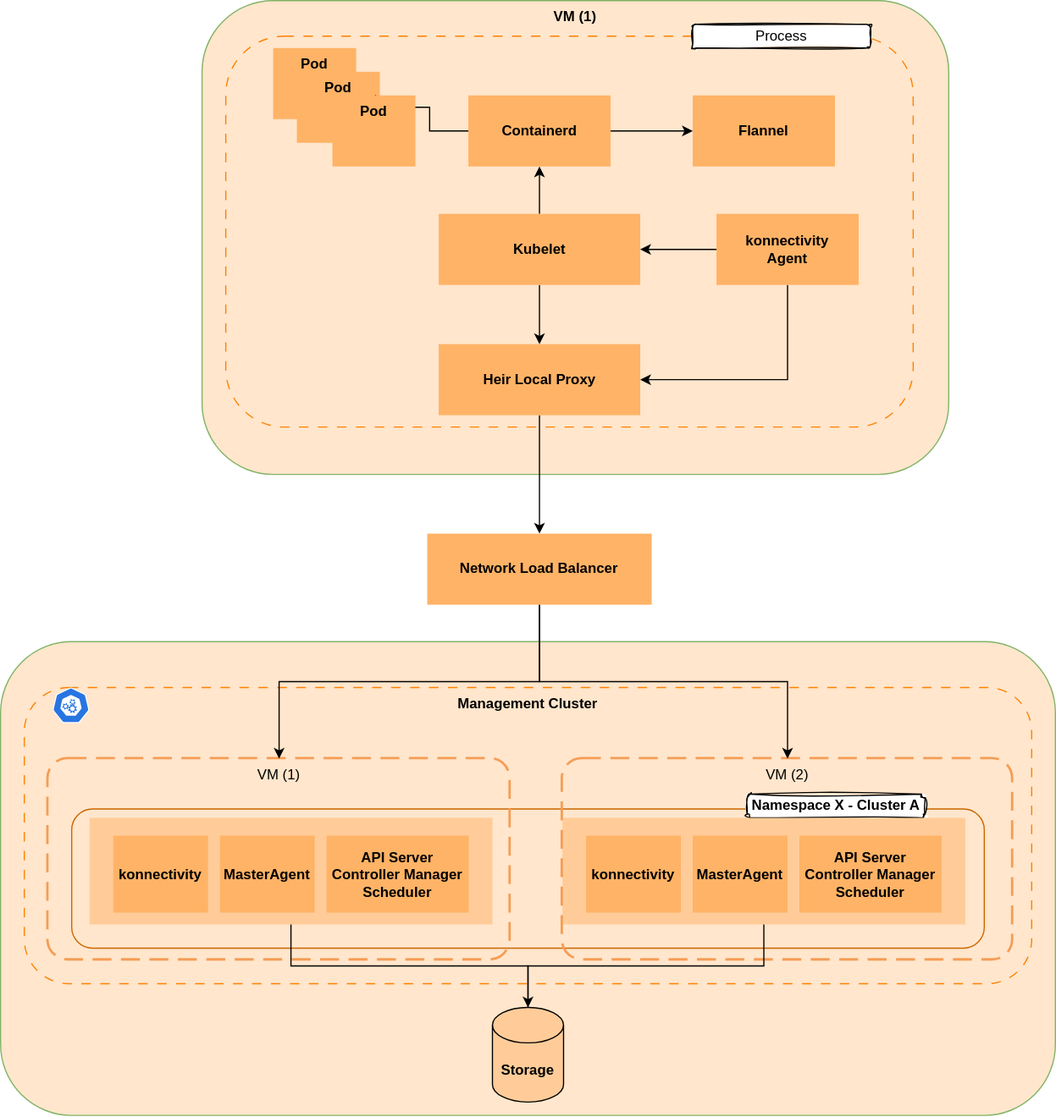
Before: static/img/cluster-architecture.svg, a diagram exported from draw.io (tardigradeproj/docs). Source tidied: cells renumbered, new cells last; positions are measured from the earlier drawing's top-left corner, leaving out a move shared by most shapes. Its diagram source:
```xml
<mxGraphModel>
  <root>
    <mxCell id="0" />
    <mxCell id="1" parent="0" />
    <mxCell id="2" style="rounded=1;whiteSpace=wrap;verticalAlign=top;html=1;labelBorderColor=none;glass=0;fillColor=#FFE6CC;strokeColor=#82b366;" parent="1" vertex="1">
      <mxGeometry y="541.2" width="890" height="400" as="geometry" />
    </mxCell>
    <mxCell id="3" value="&lt;b&gt;Management Cluster&lt;/b&gt;" style="rounded=1;whiteSpace=wrap;verticalAlign=top;html=1;labelBorderColor=none;glass=0;dashed=1;dashPattern=8 8;fillColor=#FFE6CC;strokeColor=#FF8000;" parent="1" vertex="1">
      <mxGeometry x="20" y="580" width="850" height="250" as="geometry" />
    </mxCell>
    <mxCell id="4" value="&lt;b&gt;Storage&lt;/b&gt;" style="shape=cylinder3;whiteSpace=wrap;html=1;boundedLbl=1;backgroundOutline=1;size=15;fillColor=#FFCC99;" parent="1" vertex="1">
      <mxGeometry x="415" y="850" width="60" height="80" as="geometry" />
    </mxCell>
    <mxCell id="5" style="rounded=1;whiteSpace=wrap;html=1;glass=0;verticalAlign=middle;fillColor=#FFE6CC;strokeColor=#CC6600;" parent="1" vertex="1">
      <mxGeometry x="60" y="682.5" width="770" height="117.5" as="geometry" />
    </mxCell>
    <mxCell id="6" value="Namespace X - Cluster A" style="rounded=1;whiteSpace=wrap;html=1;sketch=1;curveFitting=1;jiggle=2;fontStyle=1;" parent="1" vertex="1">
      <mxGeometry x="630" y="670" width="150" height="20" as="geometry" />
    </mxCell>
    <mxCell id="7" style="rounded=0;whiteSpace=wrap;html=1;fillColor=#FFCC99;fontColor=#333333;strokeColor=none;" parent="1" vertex="1">
      <mxGeometry x="474" y="690" width="340" height="90" as="geometry" />
    </mxCell>
    <mxCell id="8" value="VM (1)" style="rounded=1;arcSize=10;dashed=1;strokeColor=#F59D56;fillColor=none;gradientColor=none;dashPattern=8 4;strokeWidth=2;verticalAlign=top;align=center;" parent="1" vertex="1">
      <mxGeometry x="40" y="640" width="390" height="170" as="geometry" />
    </mxCell>
    <mxCell id="9" style="sketch=0;html=1;dashed=0;whitespace=wrap;verticalLabelPosition=bottom;verticalAlign=top;fillColor=#2875E2;strokeColor=#ffffff;shape=mxgraph.kubernetes.icon2;prIcon=api;" parent="1" vertex="1">
      <mxGeometry x="43.8" y="580" width="31.2" height="30" as="geometry" />
    </mxCell>
    <mxCell id="10" value="VM (2)" style="rounded=1;arcSize=10;dashed=1;strokeColor=#F59D56;fillColor=none;gradientColor=none;dashPattern=8 4;strokeWidth=2;verticalAlign=top;align=center;" parent="1" vertex="1">
      <mxGeometry x="474" y="640" width="380" height="170" as="geometry" />
    </mxCell>
    <mxCell id="11" value="MasterAgent" style="rounded=0;whiteSpace=wrap;html=1;fillColor=#FFB366;strokeColor=none;fontStyle=1;" parent="1" vertex="1">
      <mxGeometry x="584" y="705" width="80" height="65" as="geometry" />
    </mxCell>
    <mxCell id="12" value="API Server&lt;div&gt;Controller Manager&lt;/div&gt;&lt;div&gt;Scheduler&lt;/div&gt;" style="rounded=0;whiteSpace=wrap;html=1;fillColor=#FFB366;strokeColor=none;fontStyle=1;" parent="1" vertex="1">
      <mxGeometry x="674" y="705" width="120" height="65" as="geometry" />
    </mxCell>
    <mxCell id="13" value="konnectivity" style="rounded=0;whiteSpace=wrap;html=1;strokeColor=none;fillColor=#FFB366;fontStyle=1;" parent="1" vertex="1">
      <mxGeometry x="494" y="705" width="80" height="65" as="geometry" />
    </mxCell>
    <mxCell id="14" style="rounded=0;whiteSpace=wrap;html=1;fillColor=#FFCC99;fontColor=#333333;strokeColor=none;" parent="1" vertex="1">
      <mxGeometry x="75" y="690" width="340" height="90" as="geometry" />
    </mxCell>
    <mxCell id="15" value="MasterAgent" style="rounded=0;whiteSpace=wrap;html=1;fillColor=#FFB366;strokeColor=none;fontStyle=1;" parent="1" vertex="1">
      <mxGeometry x="185" y="705" width="80" height="65" as="geometry" />
    </mxCell>
    <mxCell id="16" value="API Server&lt;div&gt;Controller Manager&lt;/div&gt;&lt;div&gt;Scheduler&lt;/div&gt;" style="rounded=0;whiteSpace=wrap;html=1;fillColor=#FFB366;strokeColor=none;fontStyle=1;" parent="1" vertex="1">
      <mxGeometry x="275" y="705" width="120" height="65" as="geometry" />
    </mxCell>
    <mxCell id="17" value="konnectivity" style="rounded=0;whiteSpace=wrap;html=1;strokeColor=none;fillColor=#FFB366;fontStyle=1;" parent="1" vertex="1">
      <mxGeometry x="95" y="705" width="80" height="65" as="geometry" />
    </mxCell>
    <mxCell id="18" style="edgeStyle=orthogonalEdgeStyle;rounded=0;jettySize=auto;html=1;entryX=0.5;entryY=1;entryDx=0;entryDy=0;endArrow=none;endFill=0;" parent="1" edge="1" source="4" target="14">
      <mxGeometry relative="1" as="geometry" />
    </mxCell>
    <mxCell id="19" style="edgeStyle=orthogonalEdgeStyle;rounded=0;jettySize=auto;html=1;entryX=0.5;entryY=1;entryDx=0;entryDy=0;exitX=0.5;exitY=0;exitDx=0;exitDy=0;exitPerimeter=0;startArrow=classic;startFill=1;endArrow=none;endFill=0;" parent="1" edge="1" source="4" target="7">
      <mxGeometry relative="1" as="geometry" />
    </mxCell>
    <mxCell id="20" value="&lt;b&gt;VM (1)&lt;/b&gt;" style="rounded=1;whiteSpace=wrap;verticalAlign=top;html=1;labelBorderColor=none;glass=0;fillColor=#FFE6CC;strokeColor=#82b366;" parent="1" vertex="1">
      <mxGeometry x="170" width="630" height="400" as="geometry" />
    </mxCell>
    <mxCell id="21" style="rounded=1;whiteSpace=wrap;html=1;dashed=1;dashPattern=8 8;strokeColor=#FF8000;fillColor=#FFE6CC;" parent="1" vertex="1">
      <mxGeometry x="190" y="30" width="580" height="330" as="geometry" />
    </mxCell>
    <mxCell id="22" value="Process" style="rounded=1;whiteSpace=wrap;html=1;sketch=1;curveFitting=1;jiggle=2;" parent="1" vertex="1">
      <mxGeometry x="584" y="20" width="150" height="20" as="geometry" />
    </mxCell>
    <mxCell id="23" style="edgeStyle=orthogonalEdgeStyle;rounded=0;jettySize=auto;html=1;entryX=0.5;entryY=0;entryDx=0;entryDy=0;" parent="1" edge="1" source="25" target="36">
      <mxGeometry relative="1" as="geometry" />
    </mxCell>
    <mxCell id="24" style="edgeStyle=orthogonalEdgeStyle;rounded=0;jettySize=auto;html=1;entryX=0.5;entryY=1;entryDx=0;entryDy=0;" parent="1" edge="1" source="25" target="27">
      <mxGeometry relative="1" as="geometry" />
    </mxCell>
    <mxCell id="25" value="&lt;b&gt;Kubelet&lt;/b&gt;" style="rounded=0;whiteSpace=wrap;html=1;strokeColor=none;fillColor=#FFB366;" parent="1" vertex="1">
      <mxGeometry x="369.7" y="180" width="170" height="60" as="geometry" />
    </mxCell>
    <mxCell id="26" style="edgeStyle=orthogonalEdgeStyle;rounded=0;jettySize=auto;html=1;" parent="1" edge="1" source="27" target="40">
      <mxGeometry relative="1" as="geometry" />
    </mxCell>
    <mxCell id="27" value="&lt;b&gt;Containerd&lt;/b&gt;" style="rounded=0;whiteSpace=wrap;html=1;strokeColor=none;fillColor=#FFB366;" parent="1" vertex="1">
      <mxGeometry x="394.7" y="80" width="120" height="60" as="geometry" />
    </mxCell>
    <mxCell id="28" value="&lt;b&gt;Pod&lt;/b&gt;" style="rounded=0;whiteSpace=wrap;html=1;strokeColor=none;fillColor=#FFB366;verticalAlign=top;" parent="1" vertex="1">
      <mxGeometry x="230" y="40" width="70" height="60" as="geometry" />
    </mxCell>
    <mxCell id="29" style="edgeStyle=orthogonalEdgeStyle;rounded=0;jettySize=auto;html=1;entryX=1;entryY=0.5;entryDx=0;entryDy=0;exitX=0.5;exitY=1;exitDx=0;exitDy=0;" parent="1" edge="1" source="31" target="36">
      <mxGeometry relative="1" as="geometry" />
    </mxCell>
    <mxCell id="30" style="edgeStyle=orthogonalEdgeStyle;rounded=0;jettySize=auto;html=1;entryX=1;entryY=0.5;entryDx=0;entryDy=0;" parent="1" edge="1" source="31" target="25">
      <mxGeometry relative="1" as="geometry" />
    </mxCell>
    <mxCell id="31" value="&lt;div&gt;&lt;b&gt;konnectivity&lt;/b&gt;&lt;/div&gt;&lt;div&gt;&lt;b&gt;Agent&lt;/b&gt;&lt;/div&gt;" style="rounded=0;whiteSpace=wrap;html=1;strokeColor=none;fillColor=#FFB366;" parent="1" vertex="1">
      <mxGeometry x="604" y="180" width="120" height="60" as="geometry" />
    </mxCell>
    <mxCell id="32" style="edgeStyle=orthogonalEdgeStyle;rounded=0;jettySize=auto;html=1;entryX=0.5;entryY=0;entryDx=0;entryDy=0;" parent="1" edge="1" source="34" target="8">
      <mxGeometry relative="1" as="geometry" />
    </mxCell>
    <mxCell id="33" style="edgeStyle=orthogonalEdgeStyle;rounded=0;jettySize=auto;html=1;" parent="1" edge="1" source="34" target="10">
      <mxGeometry relative="1" as="geometry" />
    </mxCell>
    <mxCell id="34" value="&lt;b&gt;Network Load Balancer&lt;/b&gt;" style="rounded=0;whiteSpace=wrap;html=1;strokeColor=none;fillColor=#FFB366;" parent="1" vertex="1">
      <mxGeometry x="360" y="450" width="189.4" height="60" as="geometry" />
    </mxCell>
    <mxCell id="35" style="edgeStyle=orthogonalEdgeStyle;rounded=0;jettySize=auto;html=1;" parent="1" edge="1" source="36" target="34">
      <mxGeometry relative="1" as="geometry" />
    </mxCell>
    <mxCell id="36" value="&lt;b&gt;Heir Local Proxy&lt;/b&gt;" style="rounded=0;whiteSpace=wrap;html=1;strokeColor=none;fillColor=#FFB366;" parent="1" vertex="1">
      <mxGeometry x="369.7" y="290" width="170" height="60" as="geometry" />
    </mxCell>
    <mxCell id="37" value="&lt;b&gt;Pod&lt;/b&gt;" style="rounded=0;whiteSpace=wrap;html=1;strokeColor=none;fillColor=#FFB366;verticalAlign=top;" parent="1" vertex="1">
      <mxGeometry x="250" y="60" width="70" height="60" as="geometry" />
    </mxCell>
    <mxCell id="38" style="edgeStyle=orthogonalEdgeStyle;rounded=0;jettySize=auto;html=1;entryX=0.643;entryY=0.067;entryDx=0;entryDy=0;entryPerimeter=0;" parent="1" edge="1" source="27" target="39">
      <mxGeometry relative="1" as="geometry">
        <Array as="points">
          <mxPoint x="362" y="110" />
          <mxPoint x="362" y="90" />
          <mxPoint x="305" y="90" />
        </Array>
      </mxGeometry>
    </mxCell>
    <mxCell id="39" value="&lt;b&gt;Pod&lt;/b&gt;" style="rounded=0;whiteSpace=wrap;html=1;strokeColor=none;fillColor=#FFB366;verticalAlign=top;" parent="1" vertex="1">
      <mxGeometry x="280" y="80" width="70" height="60" as="geometry" />
    </mxCell>
    <mxCell id="40" value="&lt;b&gt;Flannel&lt;/b&gt;" style="rounded=0;whiteSpace=wrap;html=1;strokeColor=none;fillColor=#FFB366;" parent="1" vertex="1">
      <mxGeometry x="584" y="80" width="120" height="60" as="geometry" />
    </mxCell>
  </root>
</mxGraphModel>
```
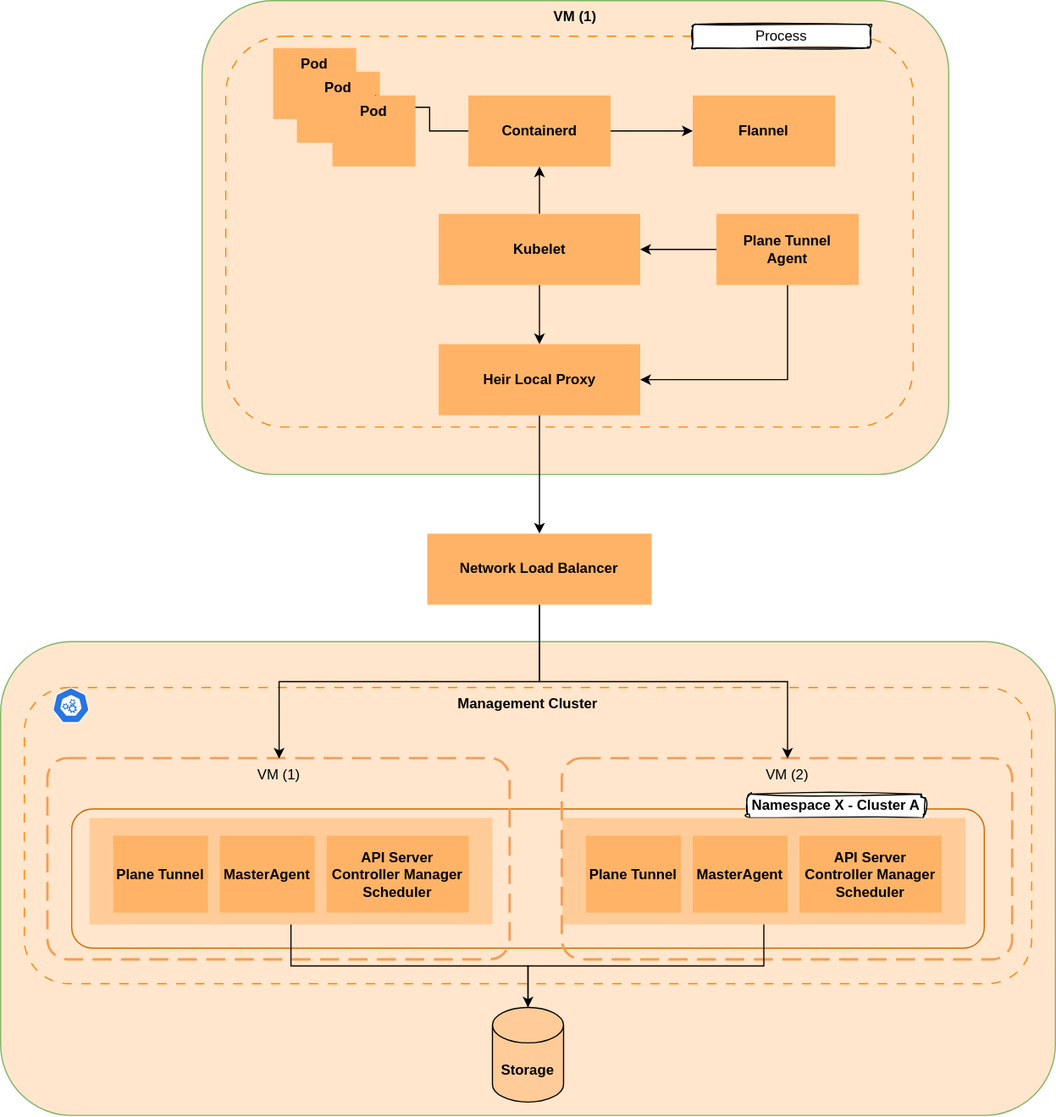
After the change.

Diff of the diagram source:
```diff
@@ -35,7 +35,7 @@
     <mxCell id="12" value="API Server&lt;div&gt;Controller Manager&lt;/div&gt;&lt;div&gt;Scheduler&lt;/div&gt;" style="rounded=0;whiteSpace=wrap;html=1;fillColor=#FFB366;strokeColor=none;fontStyle=1;" parent="1" vertex="1">
       <mxGeometry x="674" y="705" width="120" height="65" as="geometry" />
     </mxCell>
-    <mxCell id="13" value="konnectivity" style="rounded=0;whiteSpace=wrap;html=1;strokeColor=none;fillColor=#FFB366;fontStyle=1;" parent="1" vertex="1">
+    <mxCell id="13" value="Plane Tunnel" style="rounded=0;whiteSpace=wrap;html=1;strokeColor=none;fillColor=#FFB366;fontStyle=1;" parent="1" vertex="1">
       <mxGeometry x="494" y="705" width="80" height="65" as="geometry" />
     </mxCell>
     <mxCell id="14" style="rounded=0;whiteSpace=wrap;html=1;fillColor=#FFCC99;fontColor=#333333;strokeColor=none;" parent="1" vertex="1">
@@ -47,7 +47,7 @@
     <mxCell id="16" value="API Server&lt;div&gt;Controller Manager&lt;/div&gt;&lt;div&gt;Scheduler&lt;/div&gt;" style="rounded=0;whiteSpace=wrap;html=1;fillColor=#FFB366;strokeColor=none;fontStyle=1;" parent="1" vertex="1">
       <mxGeometry x="275" y="705" width="120" height="65" as="geometry" />
     </mxCell>
-    <mxCell id="17" value="konnectivity" style="rounded=0;whiteSpace=wrap;html=1;strokeColor=none;fillColor=#FFB366;fontStyle=1;" parent="1" vertex="1">
+    <mxCell id="17" value="Plane Tunnel" style="rounded=0;whiteSpace=wrap;html=1;strokeColor=none;fillColor=#FFB366;fontStyle=1;" parent="1" vertex="1">
       <mxGeometry x="95" y="705" width="80" height="65" as="geometry" />
     </mxCell>
     <mxCell id="18" style="edgeStyle=orthogonalEdgeStyle;rounded=0;jettySize=auto;html=1;entryX=0.5;entryY=1;entryDx=0;entryDy=0;endArrow=none;endFill=0;" parent="1" edge="1" source="4" target="14">
@@ -89,7 +89,7 @@
     <mxCell id="30" style="edgeStyle=orthogonalEdgeStyle;rounded=0;jettySize=auto;html=1;entryX=1;entryY=0.5;entryDx=0;entryDy=0;" parent="1" edge="1" source="31" target="25">
       <mxGeometry relative="1" as="geometry" />
     </mxCell>
-    <mxCell id="31" value="&lt;div&gt;&lt;b&gt;konnectivity&lt;/b&gt;&lt;/div&gt;&lt;div&gt;&lt;b&gt;Agent&lt;/b&gt;&lt;/div&gt;" style="rounded=0;whiteSpace=wrap;html=1;strokeColor=none;fillColor=#FFB366;" parent="1" vertex="1">
+    <mxCell id="31" value="&lt;div&gt;&lt;b&gt;Plane Tunnel&lt;/b&gt;&lt;/div&gt;&lt;div&gt;&lt;b&gt;Agent&lt;/b&gt;&lt;/div&gt;" style="rounded=0;whiteSpace=wrap;html=1;strokeColor=none;fillColor=#FFB366;" parent="1" vertex="1">
       <mxGeometry x="604" y="180" width="120" height="60" as="geometry" />
     </mxCell>
     <mxCell id="32" style="edgeStyle=orthogonalEdgeStyle;rounded=0;jettySize=auto;html=1;entryX=0.5;entryY=0;entryDx=0;entryDy=0;" parent="1" edge="1" source="34" target="8">
```
